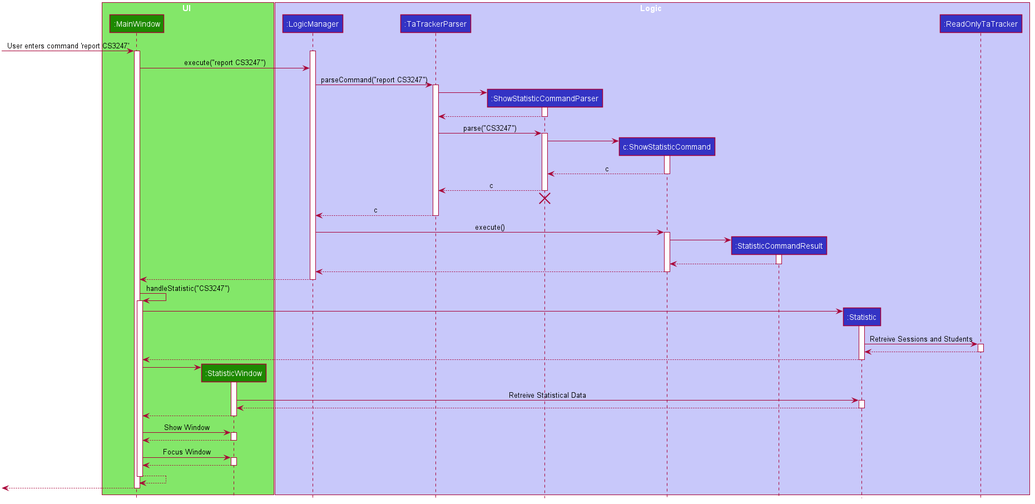
Earlier version of the PlantUML export docs/images/ReportSequenceDiagram.png (nus-cs2103-AY1920S2/addressbook-level3). Source of this version:
```plantuml
@startuml








skinparam BackgroundColor #FFFFFFF

skinparam Shadowing false

skinparam Class {
    FontColor #FFFFFF
    BorderThickness 1
    BorderColor #FFFFFF
    StereotypeFontColor #FFFFFF
    FontName Arial
}

skinparam Actor {
    BorderColor #000000
    Color #000000
    FontName Arial
}

skinparam Sequence {
    MessageAlign center
    BoxFontSize 15
    BoxPadding 0
    BoxFontColor #FFFFFF
    FontName Arial
}

skinparam Participant {
    FontColor #FFFFFFF
    Padding 20
}

skinparam MinClassWidth 50
skinparam ParticipantPadding 10
skinparam Shadowing false
skinparam DefaultTextAlignment center
skinparam packageStyle Rectangle

hide footbox
hide members
hide circle

box UI #83E769
participant ":MainWindow" as MainWindow #1D8900
participant ":StatisticWindow" as StatisticWindow #1D8900

end box

box Logic #C8C8FA
participant ":LogicManager" as LogicManager #3333C4
participant ":TaTrackerParser" as TaTrackerParser #3333C4
participant ":ShowStatisticCommandParser" as ShowStatisticCommandParser #3333C4
participant "c:ShowStatisticCommand" as ShowStatisticCommand #3333C4
participant ":StatisticCommandResult" as CommandResult #3333C4
participant ":Statistic" as Statistic #3333C4
participant ":ReadOnlyTaTracker" as ReadOnlyTaTracker #3333C4

end box


[-> MainWindow : User enters command 'report CS3247'
activate LogicManager

activate MainWindow
MainWindow -> LogicManager : execute("report CS3247")

LogicManager -> TaTrackerParser : parseCommand("report CS3247")
activate TaTrackerParser

create ShowStatisticCommandParser
TaTrackerParser -> ShowStatisticCommandParser
activate ShowStatisticCommandParser

ShowStatisticCommandParser --> TaTrackerParser
deactivate ShowStatisticCommandParser

TaTrackerParser -> ShowStatisticCommandParser : parse("CS3247")
activate ShowStatisticCommandParser

create ShowStatisticCommand
ShowStatisticCommandParser -> ShowStatisticCommand
activate ShowStatisticCommand

ShowStatisticCommand --> ShowStatisticCommandParser : c
deactivate ShowStatisticCommand

ShowStatisticCommandParser --> TaTrackerParser : c
deactivate ShowStatisticCommandParser
ShowStatisticCommandParser -[hidden]-> TaTrackerParser
destroy ShowStatisticCommandParser

TaTrackerParser --> LogicManager : c
deactivate TaTrackerParser

LogicManager -> ShowStatisticCommand : execute()
activate ShowStatisticCommand

create CommandResult
ShowStatisticCommand -> CommandResult
activate CommandResult

CommandResult --> ShowStatisticCommand
deactivate CommandResult

ShowStatisticCommand --> LogicManager
deactivate ShowStatisticCommand

LogicManager --> MainWindow
deactivate LogicManager

MainWindow -> MainWindow : handleStatistic("CS3247")
activate MainWindow

create Statistic
MainWindow -> Statistic
activate Statistic

Statistic -> ReadOnlyTaTracker : Retreive Sessions and Students
activate ReadOnlyTaTracker
ReadOnlyTaTracker --> Statistic
deactivate ReadOnlyTaTracker

Statistic --> MainWindow
deactivate Statistic

create StatisticWindow
MainWindow -> StatisticWindow
activate StatisticWindow

StatisticWindow -> Statistic : Retreive Statistical Data
activate Statistic



Statistic --> StatisticWindow
deactivate Statistic

StatisticWindow --> MainWindow
deactivate StatisticWindow

MainWindow -> StatisticWindow : Show Window
activate StatisticWindow
StatisticWindow --> MainWindow
deactivate StatisticWindow

MainWindow -> StatisticWindow : Focus Window
activate StatisticWindow
StatisticWindow --> MainWindow
deactivate StatisticWindow


return

[<--MainWindow
deactivate MainWindow
@enduml
```
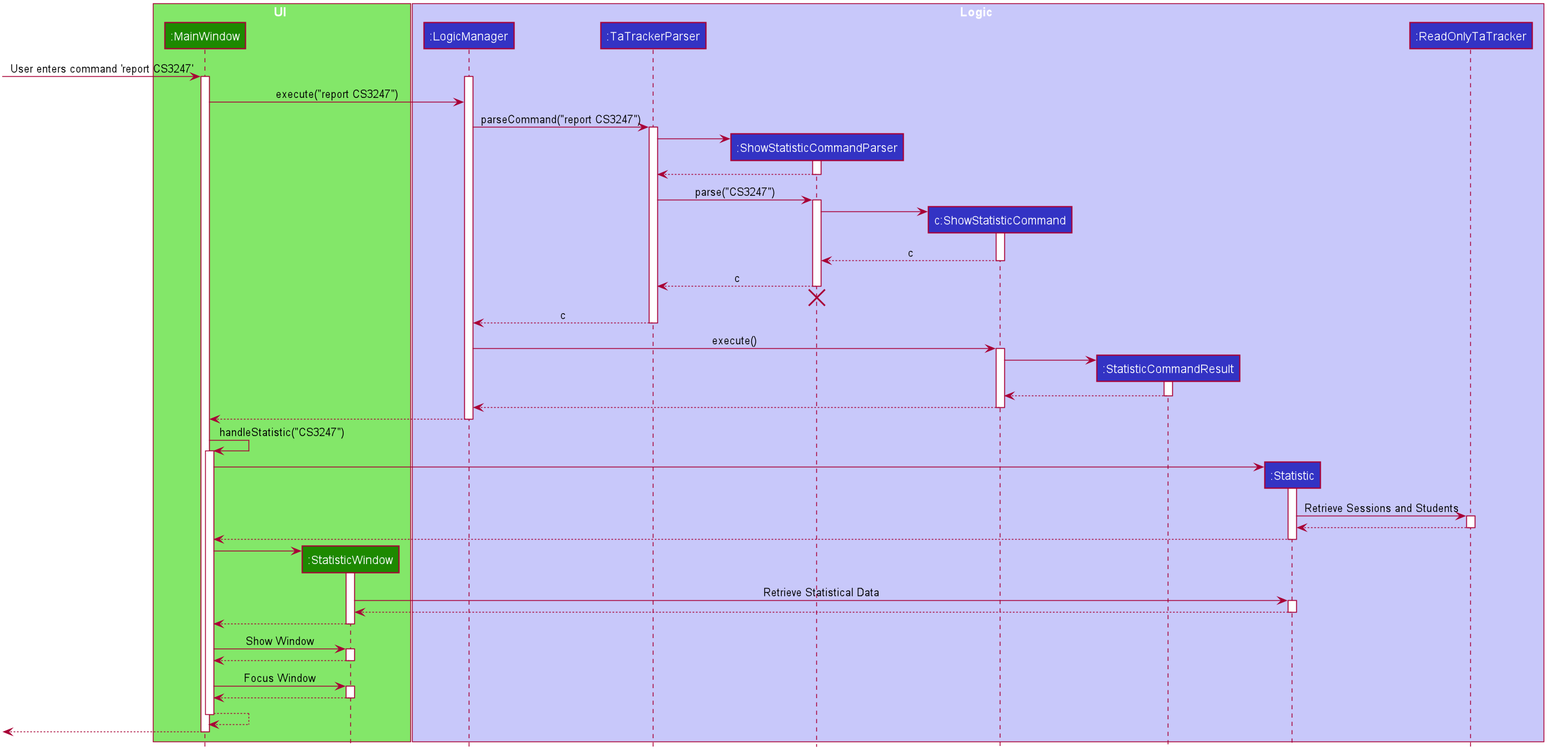
Above is the later version.

What changed in the source:
```diff
@@ -123,7 +123,7 @@
 MainWindow -> Statistic
 activate Statistic
 
-Statistic -> ReadOnlyTaTracker : Retreive Sessions and Students
+Statistic -> ReadOnlyTaTracker : Retrieve Sessions and Students
 activate ReadOnlyTaTracker
 ReadOnlyTaTracker --> Statistic
 deactivate ReadOnlyTaTracker
@@ -135,10 +135,8 @@
 MainWindow -> StatisticWindow
 activate StatisticWindow
 
-StatisticWindow -> Statistic : Retreive Statistical Data
+StatisticWindow -> Statistic : Retrieve Statistical Data
 activate Statistic
-
-
 
 Statistic --> StatisticWindow
 deactivate Statistic
@@ -156,7 +154,6 @@
 StatisticWindow --> MainWindow
 deactivate StatisticWindow
 
-
 return
 
 [<--MainWindow
```
